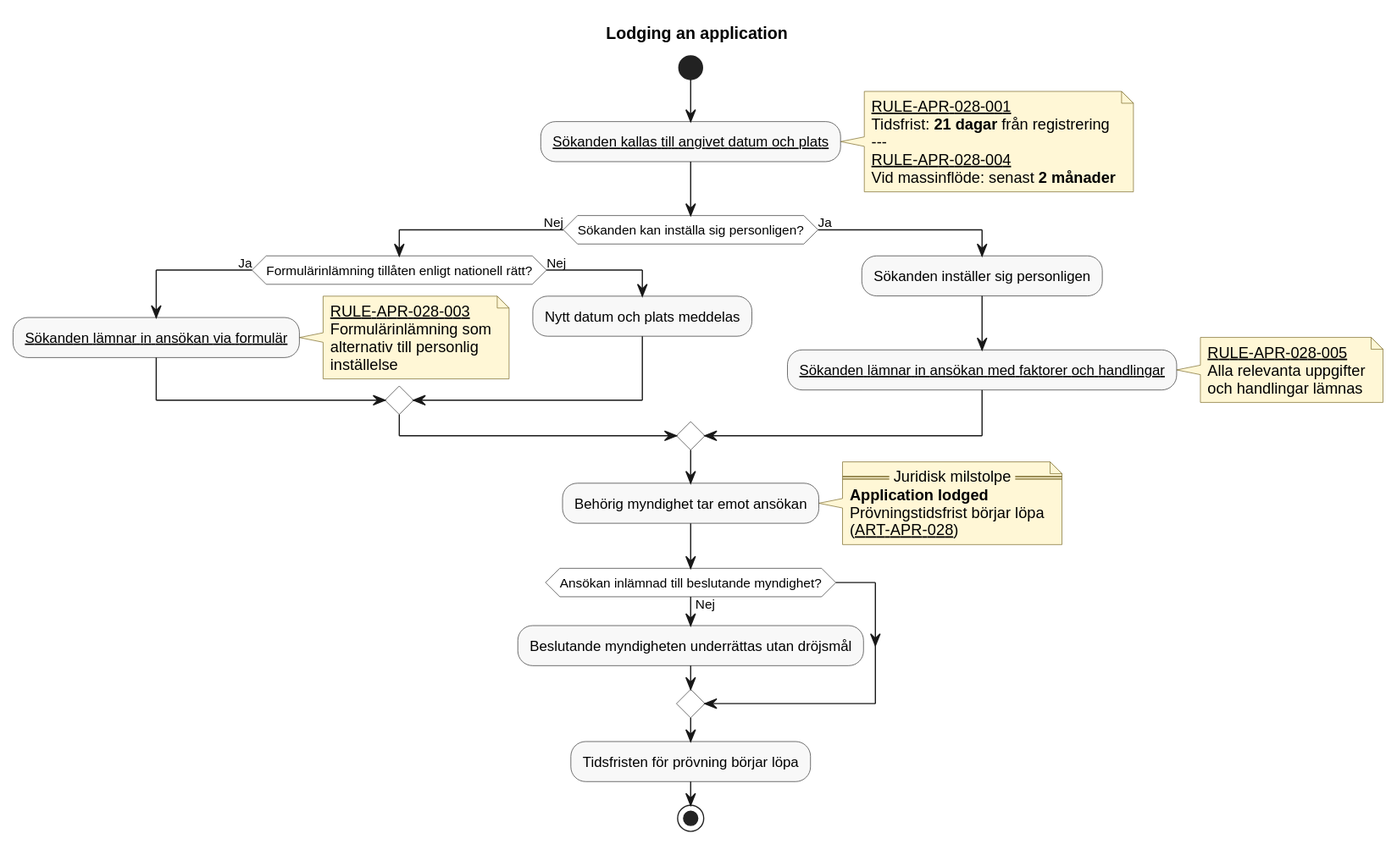
The PlantUML diagram docs/domains/registration/diagrams/lodging-an-application.svg in chrhe894/migration_pact, before a commit. Its diagram source:
```plantuml
@startuml
title Lodging an application

skinparam shadowing false
skinparam HyperlinkColor Black
skinparam HyperlinkUnderline true
skinparam defaultFontName Arial
skinparam activity {
  BackgroundColor #F8F8F8
  BorderColor #333333
  DiamondBackgroundColor #FFFFFF
  DiamondBorderColor #333333
}
skinparam note {
  BackgroundColor #FFF7D6
  BorderColor #7A6A2A
}

start

:[[../rules/rule-apr-028-002.md Sökanden kallas till angivet datum och plats]];
note right
  [[../rules/rule-apr-028-001.md RULE-APR-028-001]]
  Tidsfrist: **21 dagar** från registrering
  ---
  [[../rules/rule-apr-028-004.md RULE-APR-028-004]]
  Vid massinflöde: senast **2 månader**
end note

if (Sökanden kan inställa sig personligen?) then (Nej)

    if (Formulärinlämning tillåten enligt nationell rätt?) then (Ja)

        :[[../rules/rule-apr-028-003.md Sökanden lämnar in ansökan via formulär]];
        note right
          [[../rules/rule-apr-028-003.md RULE-APR-028-003]]
          Formulärinlämning som
          alternativ till personlig
          inställelse
        end note

    else (Nej)

        :Nytt datum och plats meddelas;

    endif

else (Ja)

    :Sökanden inställer sig personligen;

    :[[../rules/rule-apr-028-005.md Sökanden lämnar in ansökan med faktorer och handlingar]];
    note right
      [[../rules/rule-apr-028-005.md RULE-APR-028-005]]
      Alla relevanta uppgifter
      och handlingar lämnas
    end note

endif

:Behörig myndighet tar emot ansökan;

note right
  == Juridisk milstolpe ==
  **Application lodged**
  Prövningstidsfrist börjar löpa
  ([[../articles/apr-028.md ART-APR-028]])
end note

if (Ansökan inlämnad till beslutande myndighet?) then (Nej)

    :Beslutande myndigheten underrättas utan dröjsmål;

endif

:Tidsfristen för prövning börjar löpa;

stop
@enduml
```
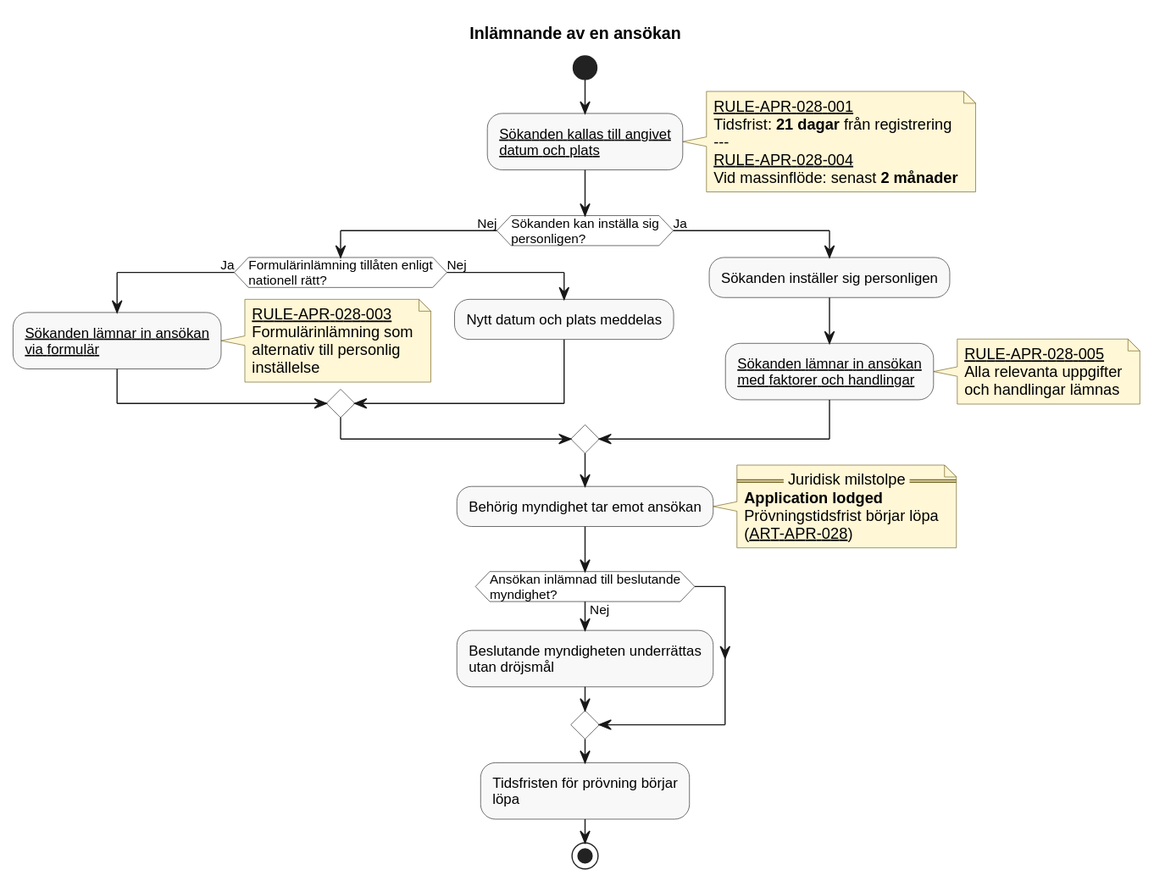
Later version of the same file.

Change to the diagram source:
```diff
@@ -1,5 +1,5 @@
 @startuml
-title Lodging an application
+title Inlämnande av en ansökan
 
 skinparam shadowing false
 skinparam HyperlinkColor Black
@@ -18,7 +18,7 @@
 
 start
 
-:[[../rules/rule-apr-028-002.md Sökanden kallas till angivet datum och plats]];
+:[[../rules/rule-apr-028-002.md Sökanden kallas till angivet\ndatum och plats]];
 note right
   [[../rules/rule-apr-028-001.md RULE-APR-028-001]]
   Tidsfrist: **21 dagar** från registrering
@@ -27,11 +27,11 @@
   Vid massinflöde: senast **2 månader**
 end note
 
-if (Sökanden kan inställa sig personligen?) then (Nej)
+if (Sökanden kan inställa sig\npersonligen?) then (Nej)
 
-    if (Formulärinlämning tillåten enligt nationell rätt?) then (Ja)
+    if (Formulärinlämning tillåten enligt\nnationell rätt?) then (Ja)
 
-        :[[../rules/rule-apr-028-003.md Sökanden lämnar in ansökan via formulär]];
+        :[[../rules/rule-apr-028-003.md Sökanden lämnar in ansökan\nvia formulär]];
         note right
           [[../rules/rule-apr-028-003.md RULE-APR-028-003]]
           Formulärinlämning som
@@ -49,7 +49,7 @@
 
     :Sökanden inställer sig personligen;
 
-    :[[../rules/rule-apr-028-005.md Sökanden lämnar in ansökan med faktorer och handlingar]];
+    :[[../rules/rule-apr-028-005.md Sökanden lämnar in ansökan\nmed faktorer och handlingar]];
     note right
       [[../rules/rule-apr-028-005.md RULE-APR-028-005]]
       Alla relevanta uppgifter
@@ -67,13 +67,13 @@
   ([[../articles/apr-028.md ART-APR-028]])
 end note
 
-if (Ansökan inlämnad till beslutande myndighet?) then (Nej)
+if (Ansökan inlämnad till beslutande\nmyndighet?) then (Nej)
 
-    :Beslutande myndigheten underrättas utan dröjsmål;
+    :Beslutande myndigheten underrättas\nutan dröjsmål;
 
 endif
 
-:Tidsfristen för prövning börjar löpa;
+:Tidsfristen för prövning börjar\nlöpa;
 
 stop
 @enduml
```
